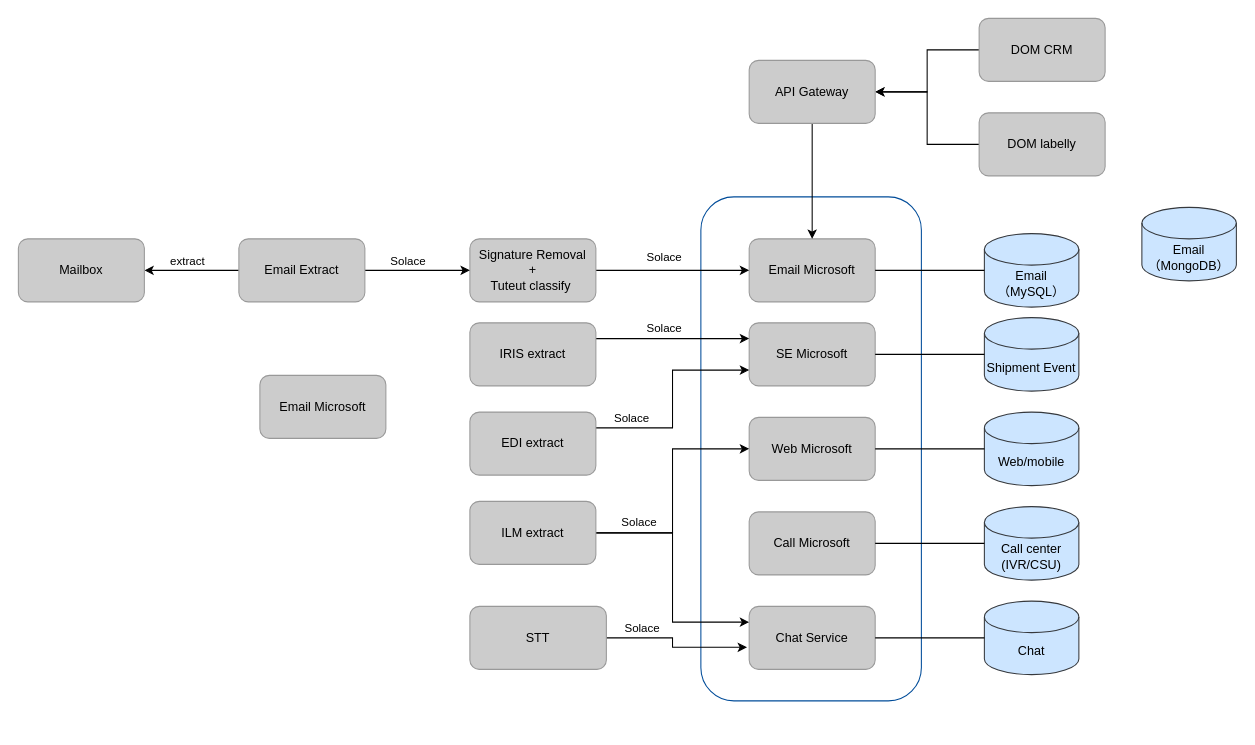
Earlier version of the draw.io diagram Untitled Diagram.drawio (Leewansze/blog). Source tidied: cells renumbered, new cells numbered last; positions are measured from the earlier drawing's top-left corner, leaving out a move shared by most shapes. Both pictures are drawn from the tidied source at 105%, with x=0, y=0 at pixel (18, 18).
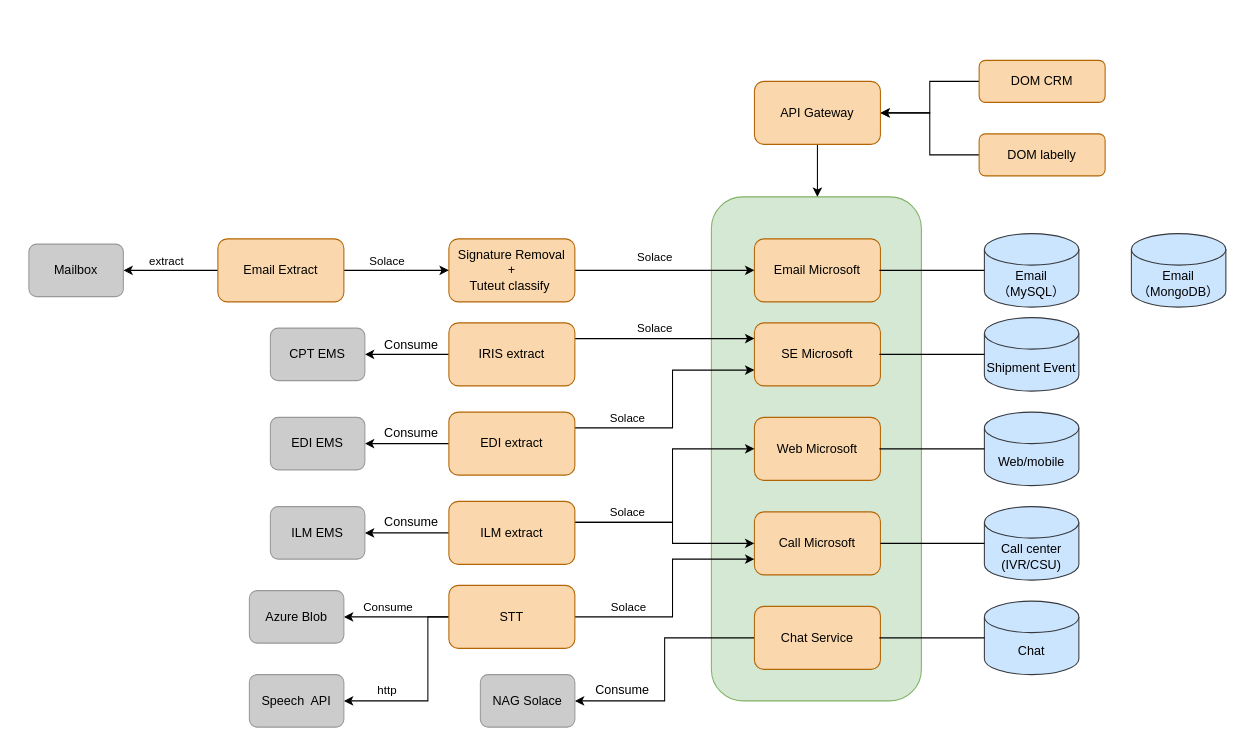
The same page after the edit.

The change refers to these unchanged cells:
```xml
<mxCell id="8" value="Call center &lt;br&gt;(IVR/CSU)" style="shape=cylinder3;whiteSpace=wrap;html=1;boundedLbl=1;backgroundOutline=1;size=15;strokeColor=#36393d;fillColor=#cce5ff;" parent="1" vertex="1">
  <mxGeometry x="920" y="465" width="90" height="70" as="geometry" />
</mxCell>
<mxCell id="9" value="Web/mobile" style="shape=cylinder3;whiteSpace=wrap;html=1;boundedLbl=1;backgroundOutline=1;size=15;strokeColor=#36393d;fillColor=#cce5ff;" parent="1" vertex="1">
  <mxGeometry x="920" y="375" width="90" height="70" as="geometry" />
</mxCell>
<mxCell id="10" value="Email&lt;br&gt;（MySQL）" style="shape=cylinder3;whiteSpace=wrap;html=1;boundedLbl=1;backgroundOutline=1;size=15;strokeColor=#36393d;fillColor=#cce5ff;" parent="1" vertex="1">
  <mxGeometry x="920" y="205" width="90" height="70" as="geometry" />
</mxCell>
<mxCell id="11" value="Shipment Event" style="shape=cylinder3;whiteSpace=wrap;html=1;boundedLbl=1;backgroundOutline=1;size=15;strokeColor=#36393d;fillColor=#cce5ff;" parent="1" vertex="1">
  <mxGeometry x="920" y="285" width="90" height="70" as="geometry" />
</mxCell>
<mxCell id="13" value="Chat" style="shape=cylinder3;whiteSpace=wrap;html=1;boundedLbl=1;backgroundOutline=1;size=15;strokeColor=#36393d;fillColor=#cce5ff;" parent="1" vertex="1">
  <mxGeometry x="920" y="555" width="90" height="70" as="geometry" />
</mxCell>
<mxCell id="26" style="edgeStyle=orthogonalEdgeStyle;rounded=0;jettySize=auto;html=1;entryX=0;entryY=0.75;entryDx=0;entryDy=0;" parent="1" edge="1" source="28" target="4">
  <mxGeometry relative="1" as="geometry">
    <Array as="points">
      <mxPoint x="623" y="390" />
      <mxPoint x="623" y="335" />
    </Array>
  </mxGeometry>
</mxCell>
```

The edit, as a diff of the source:
```diff
@@
-    <mxCell id="2" style="rounded=1;whiteSpace=wrap;html=1;fillColor=none;strokeColor=#004C99;" parent="1" vertex="1">
-      <mxGeometry x="650" y="170" width="210" height="480" as="geometry" />
+    <mxCell id="2" style="rounded=1;whiteSpace=wrap;html=1;strokeColor=#82b366;fillColor=#d5e8d4;" parent="1" vertex="1">
+      <mxGeometry x="660" y="170" width="200" height="480" as="geometry" />
     </mxCell>
-    <mxCell id="3" value="Email Microsoft" style="rounded=1;whiteSpace=wrap;html=1;strokeColor=#999999;fillColor=#CCCCCC;" parent="1" vertex="1">
-      <mxGeometry x="696" y="210" width="120" height="60" as="geometry" />
+    <mxCell id="3" value="Email Microsoft" style="rounded=1;whiteSpace=wrap;html=1;strokeColor=#b46504;fillColor=#fad7ac;" parent="1" vertex="1">
+      <mxGeometry x="701" y="210" width="120" height="60" as="geometry" />
     </mxCell>
-    <mxCell id="4" value="SE Microsoft" style="rounded=1;whiteSpace=wrap;html=1;strokeColor=#999999;fillColor=#CCCCCC;" parent="1" vertex="1">
-      <mxGeometry x="696" y="290" width="120" height="60" as="geometry" />
+    <mxCell id="4" value="SE Microsoft" style="rounded=1;whiteSpace=wrap;html=1;strokeColor=#b46504;fillColor=#fad7ac;" parent="1" vertex="1">
+      <mxGeometry x="701" y="290" width="120" height="60" as="geometry" />
     </mxCell>
-    <mxCell id="5" value="Web Microsoft" style="rounded=1;whiteSpace=wrap;html=1;strokeColor=#999999;fillColor=#CCCCCC;" parent="1" vertex="1">
-      <mxGeometry x="696" y="380" width="120" height="60" as="geometry" />
+    <mxCell id="5" value="Web Microsoft" style="rounded=1;whiteSpace=wrap;html=1;strokeColor=#b46504;fillColor=#fad7ac;" parent="1" vertex="1">
+      <mxGeometry x="701" y="380" width="120" height="60" as="geometry" />
     </mxCell>
-    <mxCell id="6" value="Call Microsoft" style="rounded=1;whiteSpace=wrap;html=1;strokeColor=#999999;fillColor=#CCCCCC;" parent="1" vertex="1">
-      <mxGeometry x="696" y="470" width="120" height="60" as="geometry" />
+    <mxCell id="6" value="Call Microsoft" style="rounded=1;whiteSpace=wrap;html=1;strokeColor=#b46504;fillColor=#fad7ac;" parent="1" vertex="1">
+      <mxGeometry x="701" y="470" width="120" height="60" as="geometry" />
     </mxCell>
+    <mxCell id="48" style="edgeStyle=orthogonalEdgeStyle;rounded=0;jettySize=auto;html=1;entryX=1;entryY=0.5;entryDx=0;entryDy=0;" parent="1" edge="1" source="7" target="61">
+      <mxGeometry relative="1" as="geometry" />
+    </mxCell>
-    <mxCell id="7" value="Chat Service" style="rounded=1;whiteSpace=wrap;html=1;strokeColor=#999999;fillColor=#CCCCCC;" parent="1" vertex="1">
-      <mxGeometry x="696" y="560" width="120" height="60" as="geometry" />
+    <mxCell id="7" value="Chat Service" style="rounded=1;whiteSpace=wrap;html=1;strokeColor=#b46504;fillColor=#fad7ac;" parent="1" vertex="1">
+      <mxGeometry x="701" y="560" width="120" height="60" as="geometry" />
     </mxCell>
@@
     <mxCell id="12" value="Email&lt;br&gt;（MongoDB）" style="shape=cylinder3;whiteSpace=wrap;html=1;boundedLbl=1;backgroundOutline=1;size=15;strokeColor=#36393d;fillColor=#cce5ff;" parent="1" vertex="1">
-      <mxGeometry x="1070" y="180" width="90" height="70" as="geometry" />
+      <mxGeometry x="1060" y="205" width="90" height="70" as="geometry" />
     </mxCell>
@@
-    <mxCell id="16" value="Signature Removal&lt;br&gt;+&lt;br&gt;Tuteut classify&amp;nbsp;" style="rounded=1;whiteSpace=wrap;html=1;strokeColor=#999999;fillColor=#CCCCCC;" parent="1" vertex="1">
-      <mxGeometry x="430" y="210" width="120" height="60" as="geometry" />
+    <mxCell id="16" value="Signature Removal&lt;br&gt;+&lt;br&gt;Tuteut classify&amp;nbsp;" style="rounded=1;whiteSpace=wrap;html=1;strokeColor=#b46504;fillColor=#fad7ac;" parent="1" vertex="1">
+      <mxGeometry x="410" y="210" width="120" height="60" as="geometry" />
     </mxCell>
@@
-    <mxCell id="19" style="edgeStyle=orthogonalEdgeStyle;rounded=0;jettySize=auto;html=1;entryX=1;entryY=0.5;entryDx=0;entryDy=0;" parent="1" edge="1" source="21" target="22">
-      <mxGeometry relative="1" as="geometry" />
+    <mxCell id="19" style="edgeStyle=orthogonalEdgeStyle;rounded=0;jettySize=auto;html=1;entryX=1;entryY=0.5;entryDx=0;entryDy=0;" parent="1" edge="1" source="21">
+      <mxGeometry relative="1" as="geometry">
+        <mxPoint x="100" y="240" as="targetPoint" />
+      </mxGeometry>
     </mxCell>
@@
-    <mxCell id="21" value="Email Extract" style="rounded=1;whiteSpace=wrap;html=1;strokeColor=#999999;fillColor=#CCCCCC;" parent="1" vertex="1">
-      <mxGeometry x="210" y="210" width="120" height="60" as="geometry" />
+    <mxCell id="21" value="Email Extract" style="rounded=1;whiteSpace=wrap;html=1;strokeColor=#b46504;fillColor=#fad7ac;" parent="1" vertex="1">
+      <mxGeometry x="190" y="210" width="120" height="60" as="geometry" />
     </mxCell>
-    <mxCell id="22" value="Mailbox" style="rounded=1;whiteSpace=wrap;html=1;strokeColor=#999999;fillColor=#CCCCCC;" parent="1" vertex="1">
-      <mxGeometry y="210" width="120" height="60" as="geometry" />
-    </mxCell>
@@
+    <mxCell id="49" style="edgeStyle=orthogonalEdgeStyle;rounded=0;jettySize=auto;html=1;entryX=1;entryY=0.5;entryDx=0;entryDy=0;" parent="1" edge="1" source="25" target="56">
+      <mxGeometry relative="1" as="geometry" />
+    </mxCell>
-    <mxCell id="25" value="IRIS extract" style="rounded=1;whiteSpace=wrap;html=1;strokeColor=#999999;fillColor=#CCCCCC;" parent="1" vertex="1">
-      <mxGeometry x="430" y="290" width="120" height="60" as="geometry" />
+    <mxCell id="25" value="IRIS extract" style="rounded=1;whiteSpace=wrap;html=1;strokeColor=#b46504;fillColor=#fad7ac;" parent="1" vertex="1">
+      <mxGeometry x="410" y="290" width="120" height="60" as="geometry" />
     </mxCell>
@@
     <mxCell id="27" value="Solace" style="edgeLabel;html=1;align=center;verticalAlign=middle;" parent="26" vertex="1">
       <mxGeometry x="-0.81" y="-2" relative="1" as="geometry">
-        <mxPoint x="14" y="-12" as="offset" />
+        <mxPoint x="28" y="-12" as="offset" />
       </mxGeometry>
     </mxCell>
+    <mxCell id="50" style="edgeStyle=orthogonalEdgeStyle;rounded=0;jettySize=auto;html=1;entryX=1;entryY=0.5;entryDx=0;entryDy=0;" parent="1" edge="1" source="28" target="57">
+      <mxGeometry relative="1" as="geometry" />
+    </mxCell>
-    <mxCell id="28" value="EDI extract" style="rounded=1;whiteSpace=wrap;html=1;strokeColor=#999999;fillColor=#CCCCCC;" parent="1" vertex="1">
-      <mxGeometry x="430" y="375" width="120" height="60" as="geometry" />
+    <mxCell id="28" value="EDI extract" style="rounded=1;whiteSpace=wrap;html=1;strokeColor=#b46504;fillColor=#fad7ac;" parent="1" vertex="1">
+      <mxGeometry x="410" y="375" width="120" height="60" as="geometry" />
     </mxCell>
     <mxCell id="29" style="edgeStyle=orthogonalEdgeStyle;rounded=0;jettySize=auto;html=1;entryX=0;entryY=0.5;entryDx=0;entryDy=0;" parent="1" edge="1" source="32" target="5">
-      <mxGeometry relative="1" as="geometry" />
+      <mxGeometry relative="1" as="geometry">
+        <Array as="points">
+          <mxPoint x="623" y="480" />
+          <mxPoint x="623" y="410" />
+        </Array>
+      </mxGeometry>
     </mxCell>
-    <mxCell id="30" style="edgeStyle=orthogonalEdgeStyle;rounded=0;jettySize=auto;html=1;entryX=0;entryY=0.25;entryDx=0;entryDy=0;" parent="1" edge="1" source="32" target="7">
-      <mxGeometry relative="1" as="geometry" />
+    <mxCell id="30" style="edgeStyle=orthogonalEdgeStyle;rounded=0;jettySize=auto;html=1;" parent="1" edge="1" source="32" target="6">
+      <mxGeometry relative="1" as="geometry">
+        <Array as="points">
+          <mxPoint x="623" y="480" />
+          <mxPoint x="623" y="500" />
+        </Array>
+      </mxGeometry>
     </mxCell>
     <mxCell id="31" value="Solace" style="edgeLabel;html=1;align=center;verticalAlign=middle;" parent="30" vertex="1">
       <mxGeometry x="-0.59" y="1" relative="1" as="geometry">
-        <mxPoint x="-7" y="-10" as="offset" />
+        <mxPoint x="10" y="-10" as="offset" />
       </mxGeometry>
     </mxCell>
+    <mxCell id="51" style="edgeStyle=orthogonalEdgeStyle;rounded=0;jettySize=auto;html=1;entryX=1;entryY=0.5;entryDx=0;entryDy=0;" parent="1" edge="1" source="32" target="58">
+      <mxGeometry relative="1" as="geometry">
+        <Array as="points">
+          <mxPoint x="370" y="490" />
+          <mxPoint x="370" y="490" />
+        </Array>
+      </mxGeometry>
+    </mxCell>
-    <mxCell id="32" value="ILM extract" style="rounded=1;whiteSpace=wrap;html=1;strokeColor=#999999;fillColor=#CCCCCC;" parent="1" vertex="1">
-      <mxGeometry x="430" y="460" width="120" height="60" as="geometry" />
+    <mxCell id="32" value="ILM extract" style="rounded=1;whiteSpace=wrap;html=1;strokeColor=#b46504;fillColor=#fad7ac;" parent="1" vertex="1">
+      <mxGeometry x="410" y="460" width="120" height="60" as="geometry" />
     </mxCell>
-    <mxCell id="33" value="Email Microsoft" style="rounded=1;whiteSpace=wrap;html=1;strokeColor=#999999;fillColor=#CCCCCC;" parent="1" vertex="1">
-      <mxGeometry x="230" y="340" width="120" height="60" as="geometry" />
-    </mxCell>
-    <mxCell id="34" style="edgeStyle=orthogonalEdgeStyle;rounded=0;jettySize=auto;html=1;entryX=-0.017;entryY=0.65;entryDx=0;entryDy=0;entryPerimeter=0;exitX=1;exitY=0.5;exitDx=0;exitDy=0;" parent="1" edge="1" source="36" target="7">
+    <mxCell id="34" style="edgeStyle=orthogonalEdgeStyle;rounded=0;jettySize=auto;html=1;entryX=0;entryY=0.75;entryDx=0;entryDy=0;exitX=1;exitY=0.5;exitDx=0;exitDy=0;" parent="1" edge="1" source="36" target="6">
       <mxGeometry relative="1" as="geometry">
         <Array as="points">
-          <mxPoint x="550" y="590" />
-          <mxPoint x="623" y="590" />
-          <mxPoint x="623" y="599" />
+          <mxPoint x="623" y="570" />
+          <mxPoint x="623" y="515" />
         </Array>
       </mxGeometry>
     </mxCell>
     <mxCell id="35" value="Solace" style="edgeLabel;html=1;align=center;verticalAlign=middle;" parent="34" vertex="1">
       <mxGeometry x="-0.2" y="-1" relative="1" as="geometry">
-        <mxPoint x="-12" y="-11" as="offset" />
+        <mxPoint x="-40" y="-11" as="offset" />
       </mxGeometry>
     </mxCell>
+    <mxCell id="52" style="edgeStyle=orthogonalEdgeStyle;rounded=0;jettySize=auto;html=1;entryX=1;entryY=0.5;entryDx=0;entryDy=0;" parent="1" edge="1" source="36" target="59">
+      <mxGeometry relative="1" as="geometry" />
+    </mxCell>
+    <mxCell id="53" value="Consume" style="edgeLabel;html=1;align=center;verticalAlign=middle;" parent="52" vertex="1">
+      <mxGeometry x="0.24" y="-1" relative="1" as="geometry">
+        <mxPoint x="3" y="-9" as="offset" />
+      </mxGeometry>
+    </mxCell>
+    <mxCell id="54" style="edgeStyle=orthogonalEdgeStyle;rounded=0;jettySize=auto;html=1;entryX=1;entryY=0.5;entryDx=0;entryDy=0;" parent="1" edge="1" source="36" target="60">
+      <mxGeometry relative="1" as="geometry">
+        <Array as="points">
+          <mxPoint x="390" y="570" />
+          <mxPoint x="390" y="650" />
+        </Array>
+      </mxGeometry>
+    </mxCell>
+    <mxCell id="55" value="http" style="edgeLabel;html=1;align=center;verticalAlign=middle;" parent="54" vertex="1">
+      <mxGeometry x="0.26" relative="1" as="geometry">
+        <mxPoint x="-27" y="-11" as="offset" />
+      </mxGeometry>
+    </mxCell>
-    <mxCell id="36" value="STT" style="rounded=1;whiteSpace=wrap;html=1;strokeColor=#999999;fillColor=#CCCCCC;" parent="1" vertex="1">
-      <mxGeometry x="430" y="560" width="130" height="60" as="geometry" />
+    <mxCell id="36" value="STT" style="rounded=1;whiteSpace=wrap;html=1;strokeColor=#b46504;fillColor=#fad7ac;" parent="1" vertex="1">
+      <mxGeometry x="410" y="540" width="120" height="60" as="geometry" />
     </mxCell>
@@
-    <mxCell id="38" value="DOM CRM" style="rounded=1;whiteSpace=wrap;html=1;strokeColor=#999999;fillColor=#CCCCCC;" parent="1" vertex="1">
-      <mxGeometry x="915" width="120" height="60" as="geometry" />
+    <mxCell id="38" value="DOM CRM" style="rounded=1;whiteSpace=wrap;html=1;strokeColor=#b46504;fillColor=#fad7ac;" parent="1" vertex="1">
+      <mxGeometry x="915" y="40" width="120" height="40" as="geometry" />
     </mxCell>
@@
-    <mxCell id="40" value="DOM labelly" style="rounded=1;whiteSpace=wrap;html=1;strokeColor=#999999;fillColor=#CCCCCC;" parent="1" vertex="1">
-      <mxGeometry x="915" y="90" width="120" height="60" as="geometry" />
+    <mxCell id="40" value="DOM labelly" style="rounded=1;whiteSpace=wrap;html=1;strokeColor=#b46504;fillColor=#fad7ac;" parent="1" vertex="1">
+      <mxGeometry x="915" y="110" width="120" height="40" as="geometry" />
     </mxCell>
-    <mxCell id="41" style="edgeStyle=orthogonalEdgeStyle;rounded=0;jettySize=auto;html=1;" parent="1" edge="1" source="42" target="3">
-      <mxGeometry relative="1" as="geometry" />
+    <mxCell id="41" style="edgeStyle=orthogonalEdgeStyle;rounded=0;jettySize=auto;html=1;" parent="1" edge="1" source="42">
+      <mxGeometry relative="1" as="geometry">
+        <mxPoint x="761" y="170" as="targetPoint" />
+      </mxGeometry>
     </mxCell>
-    <mxCell id="42" value="API Gateway" style="rounded=1;whiteSpace=wrap;html=1;strokeColor=#999999;fillColor=#CCCCCC;" parent="1" vertex="1">
-      <mxGeometry x="696" y="40" width="120" height="60" as="geometry" />
+    <mxCell id="42" value="API Gateway" style="rounded=1;whiteSpace=wrap;html=1;strokeColor=#b46504;fillColor=#fad7ac;" parent="1" vertex="1">
+      <mxGeometry x="701" y="60" width="120" height="60" as="geometry" />
     </mxCell>
     <mxCell id="43" style="endArrow=none;html=1;entryX=0;entryY=0.5;entryDx=0;entryDy=0;entryPerimeter=0;" parent="1" edge="1" target="10">
       <mxGeometry relative="1" as="geometry">
-        <mxPoint x="816" y="240" as="sourcePoint" />
+        <mxPoint x="820" y="240" as="sourcePoint" />
       </mxGeometry>
     </mxCell>
     <mxCell id="44" style="endArrow=none;html=1;entryX=0;entryY=0.5;entryDx=0;entryDy=0;entryPerimeter=0;" parent="1" edge="1" target="11">
       <mxGeometry relative="1" as="geometry">
-        <mxPoint x="816" y="320" as="sourcePoint" />
+        <mxPoint x="820" y="320" as="sourcePoint" />
       </mxGeometry>
     </mxCell>
     <mxCell id="45" style="endArrow=none;html=1;entryX=0;entryY=0.5;entryDx=0;entryDy=0;entryPerimeter=0;" parent="1" edge="1" target="9">
       <mxGeometry relative="1" as="geometry">
-        <mxPoint x="816" y="410" as="sourcePoint" />
+        <mxPoint x="820" y="410" as="sourcePoint" />
       </mxGeometry>
     </mxCell>
-    <mxCell id="46" style="endArrow=none;html=1;entryX=0;entryY=0.5;entryDx=0;entryDy=0;entryPerimeter=0;" parent="1" edge="1" target="8">
-      <mxGeometry relative="1" as="geometry">
-        <mxPoint x="816" y="500" as="sourcePoint" />
-      </mxGeometry>
+    <mxCell id="46" style="endArrow=none;html=1;entryX=0;entryY=0.5;entryDx=0;entryDy=0;entryPerimeter=0;exitX=1;exitY=0.5;exitDx=0;exitDy=0;" parent="1" edge="1" source="6" target="8">
+      <mxGeometry relative="1" as="geometry" />
     </mxCell>
     <mxCell id="47" style="endArrow=none;html=1;entryX=0;entryY=0.5;entryDx=0;entryDy=0;entryPerimeter=0;" parent="1" edge="1" target="13">
       <mxGeometry relative="1" as="geometry">
-        <mxPoint x="816" y="590" as="sourcePoint" />
+        <mxPoint x="820" y="590" as="sourcePoint" />
       </mxGeometry>
     </mxCell>
+    <mxCell id="56" value="CPT EMS" style="rounded=1;whiteSpace=wrap;html=1;strokeColor=#999999;fillColor=#CCCCCC;" parent="1" vertex="1">
+      <mxGeometry x="240" y="295" width="90" height="50" as="geometry" />
+    </mxCell>
+    <mxCell id="57" value="EDI EMS" style="rounded=1;whiteSpace=wrap;html=1;strokeColor=#999999;fillColor=#CCCCCC;" parent="1" vertex="1">
+      <mxGeometry x="240" y="380" width="90" height="50" as="geometry" />
+    </mxCell>
+    <mxCell id="58" value="ILM EMS" style="rounded=1;whiteSpace=wrap;html=1;strokeColor=#999999;fillColor=#CCCCCC;" parent="1" vertex="1">
+      <mxGeometry x="240" y="465" width="90" height="50" as="geometry" />
+    </mxCell>
+    <mxCell id="59" value="Azure Blob" style="rounded=1;whiteSpace=wrap;html=1;strokeColor=#999999;fillColor=#CCCCCC;" parent="1" vertex="1">
+      <mxGeometry x="220" y="545" width="90" height="50" as="geometry" />
+    </mxCell>
+    <mxCell id="60" value="Speech&amp;nbsp; API" style="rounded=1;whiteSpace=wrap;html=1;strokeColor=#999999;fillColor=#CCCCCC;" parent="1" vertex="1">
+      <mxGeometry x="220" y="625" width="90" height="50" as="geometry" />
+    </mxCell>
+    <mxCell id="61" value="NAG Solace" style="rounded=1;whiteSpace=wrap;html=1;strokeColor=#999999;fillColor=#CCCCCC;" parent="1" vertex="1">
+      <mxGeometry x="440" y="625" width="90" height="50" as="geometry" />
+    </mxCell>
+    <mxCell id="62" value="Consume" style="text;html=1;align=center;verticalAlign=middle;" parent="1" vertex="1">
+      <mxGeometry x="540" y="630" width="70" height="20" as="geometry" />
+    </mxCell>
+    <mxCell id="22" value="Mailbox" style="rounded=1;whiteSpace=wrap;html=1;strokeColor=#999999;fillColor=#CCCCCC;" parent="1" vertex="1">
+      <mxGeometry x="10" y="215" width="90" height="50" as="geometry" />
+    </mxCell>
+    <mxCell id="63" value="Consume" style="text;html=1;align=center;verticalAlign=middle;" parent="1" vertex="1">
+      <mxGeometry x="339" y="301" width="70" height="20" as="geometry" />
+    </mxCell>
+    <mxCell id="64" value="Consume" style="text;html=1;align=center;verticalAlign=middle;" parent="1" vertex="1">
+      <mxGeometry x="339" y="385" width="70" height="20" as="geometry" />
+    </mxCell>
+    <mxCell id="65" value="Consume" style="text;html=1;align=center;verticalAlign=middle;" parent="1" vertex="1">
+      <mxGeometry x="339" y="470" width="70" height="20" as="geometry" />
+    </mxCell>
```
